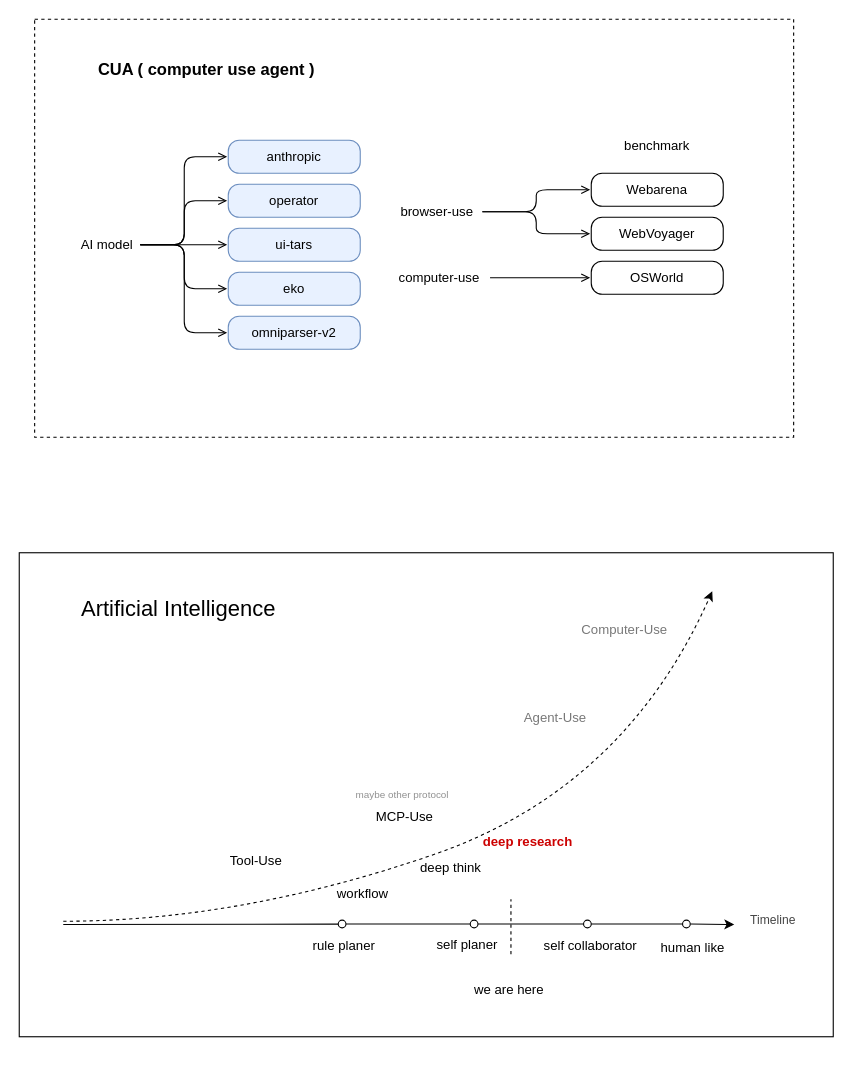
axtrur/awsome-ai-agent keeps this draw.io diagram as computer-use.drawio. Above is the earlier version. Source tidied: cells renumbered, new cells numbered last; positions are measured from the earlier drawing's top-left corner, leaving out a move shared by most shapes. Both pictures are drawn from the tidied source at 110%, with x=0, y=0 at pixel (19, 19).
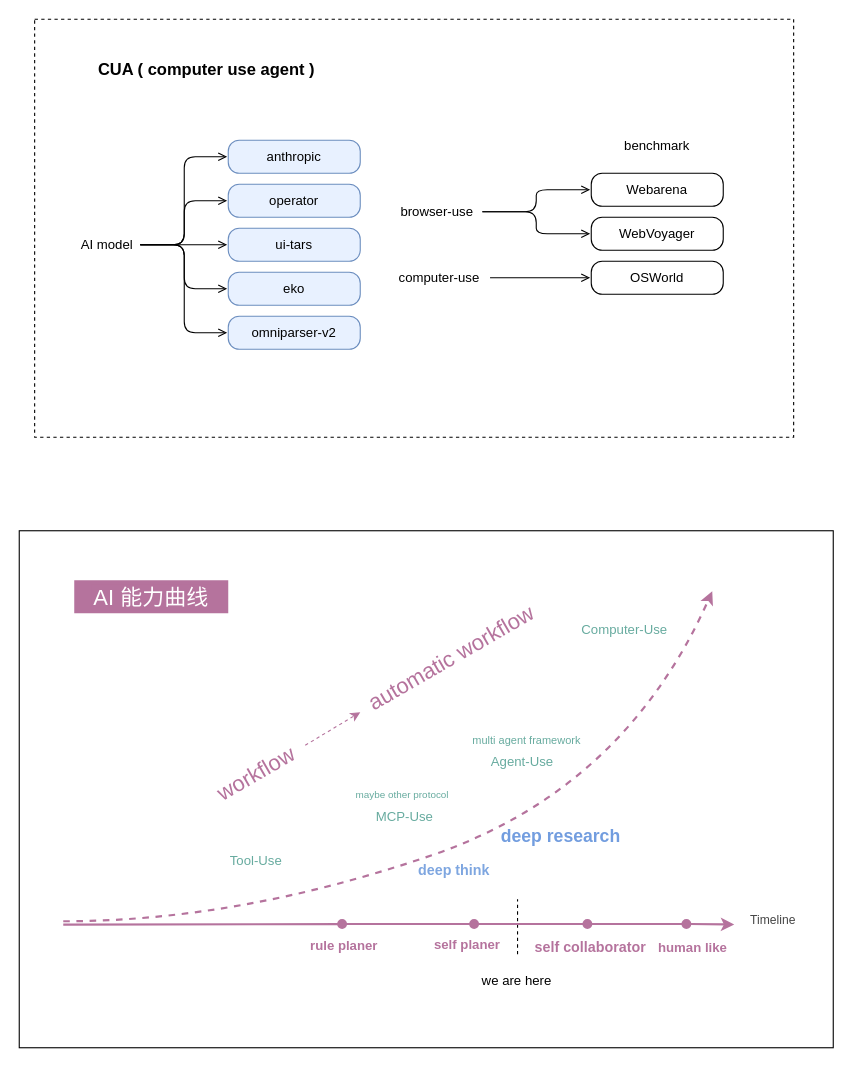
The same diagram, later.

Diff of the diagram source:
```diff
@@
     <mxCell id="2" style="rounded=0;whiteSpace=wrap;html=1;" parent="1" vertex="1">
-      <mxGeometry y="485" width="740" height="440" as="geometry" />
+      <mxGeometry y="465" width="740" height="470" as="geometry" />
     </mxCell>
@@
-    <mxCell id="25" style="curved=1;endArrow=classic;html=1;rounded=0;dashed=1;" parent="1" edge="1">
+    <mxCell id="25" style="curved=1;endArrow=classic;html=1;rounded=0;dashed=1;strokeColor=#B5739D;strokeWidth=2;" parent="1" edge="1">
       <mxGeometry relative="1" as="geometry">
         <mxPoint x="40" y="820" as="sourcePoint" />
         <mxPoint x="630" y="520" as="targetPoint" />
         <Array as="points">
           <mxPoint x="200" y="820" />
           <mxPoint x="550" y="700" />
         </Array>
       </mxGeometry>
     </mxCell>
-    <mxCell id="26" style="endArrow=classic;html=1;rounded=0;" parent="1" edge="1">
+    <mxCell id="26" style="endArrow=classic;html=1;rounded=0;strokeColor=#B5739D;strokeWidth=2;fontStyle=1;" parent="1" edge="1">
       <mxGeometry relative="1" as="geometry">
         <mxPoint x="610" y="822.5" as="sourcePoint" />
         <mxPoint x="650" y="823" as="targetPoint" />
       </mxGeometry>
     </mxCell>
-    <mxCell id="27" value="Tool-Use" style="text;html=1;align=center;verticalAlign=middle;strokeColor=none;fillColor=none;" parent="1" vertex="1">
+    <mxCell id="27" value="Tool-Use" style="text;html=1;align=center;verticalAlign=middle;strokeColor=none;fillColor=none;fontColor=#67AB9F;" parent="1" vertex="1">
       <mxGeometry x="180" y="750" width="70" height="30" as="geometry" />
     </mxCell>
-    <mxCell id="28" value="MCP-Use" style="text;html=1;align=center;verticalAlign=middle;strokeColor=none;fillColor=none;" parent="1" vertex="1">
+    <mxCell id="28" value="MCP-Use" style="text;html=1;align=center;verticalAlign=middle;strokeColor=none;fillColor=none;fontColor=#67AB9F;" parent="1" vertex="1">
       <mxGeometry x="310" y="710" width="80" height="30" as="geometry" />
     </mxCell>
-    <mxCell id="29" value="Agent-Use" style="text;html=1;align=center;verticalAlign=middle;strokeColor=none;fillColor=none;fontColor=#787878;" parent="1" vertex="1">
-      <mxGeometry x="447" y="620" width="80" height="30" as="geometry" />
+    <mxCell id="29" value="Agent-Use" style="text;html=1;align=center;verticalAlign=middle;strokeColor=none;fillColor=none;fontColor=#67AB9F;" parent="1" vertex="1">
+      <mxGeometry x="417" y="660" width="80" height="30" as="geometry" />
     </mxCell>
-    <mxCell id="30" value="workflow" style="text;html=1;align=center;verticalAlign=middle;strokeColor=none;fillColor=none;" parent="1" vertex="1">
-      <mxGeometry x="277" y="780" width="70" height="30" as="geometry" />
-    </mxCell>
-    <mxCell id="31" value="deep research" style="text;html=1;align=center;verticalAlign=middle;fontColor=#CC0000;fontStyle=1;" parent="1" vertex="1">
-      <mxGeometry x="412" y="733" width="100" height="30" as="geometry" />
-    </mxCell>
-    <mxCell id="32" value="Computer-Use" style="text;html=1;align=center;verticalAlign=middle;strokeColor=none;fillColor=none;fontColor=#787878;" parent="1" vertex="1">
+    <mxCell id="32" value="Computer-Use" style="text;html=1;align=center;verticalAlign=middle;strokeColor=none;fillColor=none;fontColor=#67AB9F;" parent="1" vertex="1">
       <mxGeometry x="500" y="540" width="100" height="30" as="geometry" />
     </mxCell>
-    <mxCell id="33" value="self planer" style="text;html=1;align=center;verticalAlign=middle;strokeColor=none;fillColor=none;" parent="1" vertex="1">
+    <mxCell id="33" value="self planer" style="text;html=1;align=center;verticalAlign=middle;strokeColor=none;fillColor=none;fontColor=#B5739D;fontStyle=1;" parent="1" vertex="1">
       <mxGeometry x="367" y="827" width="80" height="30" as="geometry" />
     </mxCell>
-    <mxCell id="34" value="self collaborator" style="text;html=1;align=center;verticalAlign=middle;strokeColor=none;fillColor=none;" parent="1" vertex="1">
-      <mxGeometry x="464" y="828" width="110" height="30" as="geometry" />
+    <mxCell id="34" value="self collaborator" style="text;html=1;align=center;verticalAlign=middle;strokeColor=none;fillColor=none;fontColor=#B5739D;fontStyle=1;fontSize=13;" parent="1" vertex="1">
+      <mxGeometry x="459" y="828" width="120" height="30" as="geometry" />
     </mxCell>
-    <mxCell id="35" value="deep think" style="text;html=1;align=center;verticalAlign=middle;strokeColor=none;fillColor=none;" parent="1" vertex="1">
-      <mxGeometry x="352" y="757" width="80" height="30" as="geometry" />
+    <mxCell id="35" value="deep think" style="text;html=1;align=center;verticalAlign=middle;strokeColor=none;fillColor=none;fontColor=#7EA6E0;fontSize=13;fontStyle=1;" parent="1" vertex="1">
+      <mxGeometry x="355" y="758" width="80" height="30" as="geometry" />
     </mxCell>
@@
     <mxCell id="37" style="endArrow=none;html=1;rounded=0;dashed=1;fontColor=#67AB9F;" parent="1" edge="1">
       <mxGeometry relative="1" as="geometry">
-        <mxPoint x="447" y="850" as="sourcePoint" />
-        <mxPoint x="447" y="800" as="targetPoint" />
+        <mxPoint x="453" y="850" as="sourcePoint" />
+        <mxPoint x="453" y="800" as="targetPoint" />
       </mxGeometry>
     </mxCell>
     <mxCell id="38" value="we are here" style="text;html=1;align=center;verticalAlign=middle;strokeColor=none;fillColor=none;" parent="1" vertex="1">
-      <mxGeometry x="400" y="868" width="90" height="30" as="geometry" />
+      <mxGeometry x="407" y="859" width="90" height="30" as="geometry" />
     </mxCell>
-    <mxCell id="39" value="human like" style="text;html=1;align=center;verticalAlign=middle;strokeColor=none;fillColor=none;" parent="1" vertex="1">
+    <mxCell id="39" value="human like" style="text;html=1;align=center;verticalAlign=middle;strokeColor=none;fillColor=none;fontColor=#B5739D;fontStyle=1;" parent="1" vertex="1">
       <mxGeometry x="572" y="829" width="80" height="30" as="geometry" />
     </mxCell>
-    <mxCell id="40" value="maybe other protocol" style="text;html=1;align=center;verticalAlign=middle;whiteSpace=wrap;rounded=0;fontSize=9;fontColor=#919191;" parent="1" vertex="1">
+    <mxCell id="40" value="maybe other protocol" style="text;html=1;align=center;verticalAlign=middle;whiteSpace=wrap;rounded=0;fontSize=9;fontColor=#67AB9F;" parent="1" vertex="1">
       <mxGeometry x="277" y="690" width="143" height="30" as="geometry" />
     </mxCell>
-    <mxCell id="41" value="&lt;span style=&quot;border-radius: 4px; padding: 0px 2px; font-family: Arial, sans-serif; text-align: left;&quot;&gt;Artificial Intelligence&lt;/span&gt;" style="text;html=1;align=center;verticalAlign=middle;whiteSpace=wrap;rounded=0;fontSize=20;" parent="1" vertex="1">
-      <mxGeometry x="40" y="520" width="210" height="30" as="geometry" />
+    <mxCell id="41" value="&lt;span style=&quot;border-radius: 4px; padding: 0px 2px; font-family: Arial, sans-serif; text-align: left;&quot;&gt;AI 能力曲线&lt;/span&gt;" style="text;html=1;align=center;verticalAlign=middle;whiteSpace=wrap;rounded=0;fontSize=20;labelBackgroundColor=#B5739D;fontColor=#FFFFFF;spacingBottom=3;spacingTop=3;fillColor=#B5739D;" parent="1" vertex="1">
+      <mxGeometry x="50" y="510" width="140" height="30" as="geometry" />
     </mxCell>
-    <mxCell id="42" value="rule planer" style="text;html=1;align=center;verticalAlign=middle;strokeColor=none;fillColor=none;" parent="1" vertex="1">
+    <mxCell id="42" value="rule planer" style="text;html=1;align=center;verticalAlign=middle;strokeColor=none;fillColor=none;fontColor=#B5739D;fontStyle=1;" parent="1" vertex="1">
       <mxGeometry x="255" y="828" width="80" height="30" as="geometry" />
     </mxCell>
-    <mxCell id="43" style="endArrow=none;html=1;rounded=0;startFill=0;" parent="1" edge="1">
+    <mxCell id="43" style="endArrow=none;html=1;rounded=0;startFill=0;strokeColor=#B5739D;strokeWidth=2;" parent="1" edge="1">
       <mxGeometry relative="1" as="geometry">
         <mxPoint x="40" y="823" as="sourcePoint" />
         <mxPoint x="290" y="822.6" as="targetPoint" />
       </mxGeometry>
     </mxCell>
-    <mxCell id="44" style="ellipse;whiteSpace=wrap;html=1;" parent="1" vertex="1">
+    <mxCell id="44" style="ellipse;whiteSpace=wrap;html=1;strokeColor=#B5739D;strokeWidth=2;fillColor=#B5739D;" parent="1" vertex="1">
       <mxGeometry x="290" y="819" width="7" height="7" as="geometry" />
     </mxCell>
-    <mxCell id="45" style="endArrow=none;html=1;rounded=0;startFill=0;" parent="1" edge="1" source="44" target="46">
+    <mxCell id="45" style="endArrow=none;html=1;rounded=0;startFill=0;strokeColor=#B5739D;strokeWidth=2;fontStyle=1;" parent="1" edge="1" source="44" target="46">
       <mxGeometry relative="1" as="geometry" />
     </mxCell>
-    <mxCell id="46" style="ellipse;whiteSpace=wrap;html=1;" parent="1" vertex="1">
+    <mxCell id="46" style="ellipse;whiteSpace=wrap;html=1;strokeColor=#B5739D;strokeWidth=2;fillColor=#B5739D;" parent="1" vertex="1">
       <mxGeometry x="410" y="819" width="7" height="7" as="geometry" />
     </mxCell>
-    <mxCell id="47" style="endArrow=none;html=1;rounded=0;startFill=0;" parent="1" edge="1" source="46" target="48">
+    <mxCell id="47" style="endArrow=none;html=1;rounded=0;startFill=0;strokeColor=#B5739D;strokeWidth=2;fontStyle=1;" parent="1" edge="1" source="46" target="48">
       <mxGeometry relative="1" as="geometry" />
     </mxCell>
-    <mxCell id="48" style="ellipse;whiteSpace=wrap;html=1;" parent="1" vertex="1">
+    <mxCell id="48" style="ellipse;whiteSpace=wrap;html=1;strokeColor=#B5739D;strokeWidth=2;fillColor=#B5739D;" parent="1" vertex="1">
       <mxGeometry x="513" y="819" width="7" height="7" as="geometry" />
     </mxCell>
-    <mxCell id="49" style="endArrow=none;html=1;rounded=0;startFill=0;" parent="1" edge="1" source="48" target="50">
+    <mxCell id="49" style="endArrow=none;html=1;rounded=0;startFill=0;strokeColor=#B5739D;strokeWidth=2;fontStyle=1;" parent="1" edge="1" source="48" target="50">
       <mxGeometry relative="1" as="geometry" />
     </mxCell>
-    <mxCell id="50" style="ellipse;whiteSpace=wrap;html=1;" parent="1" vertex="1">
+    <mxCell id="50" style="ellipse;whiteSpace=wrap;html=1;strokeColor=#B5739D;strokeWidth=2;fillColor=#B5739D;" parent="1" vertex="1">
       <mxGeometry x="603" y="819" width="7" height="7" as="geometry" />
     </mxCell>
+    <mxCell id="31" value="deep research" style="text;html=1;align=center;verticalAlign=middle;fontColor=#729DDF;fontStyle=1;fontSize=16;" parent="1" vertex="1">
+      <mxGeometry x="427" y="727" width="130" height="30" as="geometry" />
+    </mxCell>
+    <mxCell id="51" value="multi agent framework" style="text;html=1;align=center;verticalAlign=middle;whiteSpace=wrap;rounded=0;fontSize=10;fontColor=#67AB9F;" parent="1" vertex="1">
+      <mxGeometry x="390" y="640" width="143" height="30" as="geometry" />
+    </mxCell>
+    <mxCell id="30" value="workflow" style="text;html=1;align=center;verticalAlign=middle;whiteSpace=wrap;rounded=0;fontFamily=Helvetica;fontSize=20;fontColor=#B5739D;rotation=-30;" parent="1" vertex="1">
+      <mxGeometry x="180" y="670" width="70" height="30" as="geometry" />
+    </mxCell>
+    <mxCell id="52" value="automatic workflow" style="text;html=1;align=center;verticalAlign=middle;whiteSpace=wrap;rounded=0;fontFamily=Helvetica;fontSize=20;fontColor=#B5739D;rotation=-30;" parent="1" vertex="1">
+      <mxGeometry x="297.8" y="565" width="188.5" height="30" as="geometry" />
+    </mxCell>
+    <mxCell id="53" style="endArrow=classic;html=1;rounded=0;fontFamily=Helvetica;fontSize=20;fontColor=#B5739D;strokeColor=#B5739D;dashed=1;" parent="1" edge="1">
+      <mxGeometry relative="1" as="geometry">
+        <mxPoint x="260" y="660" as="sourcePoint" />
+        <mxPoint x="310" y="630" as="targetPoint" />
+      </mxGeometry>
+    </mxCell>
```
